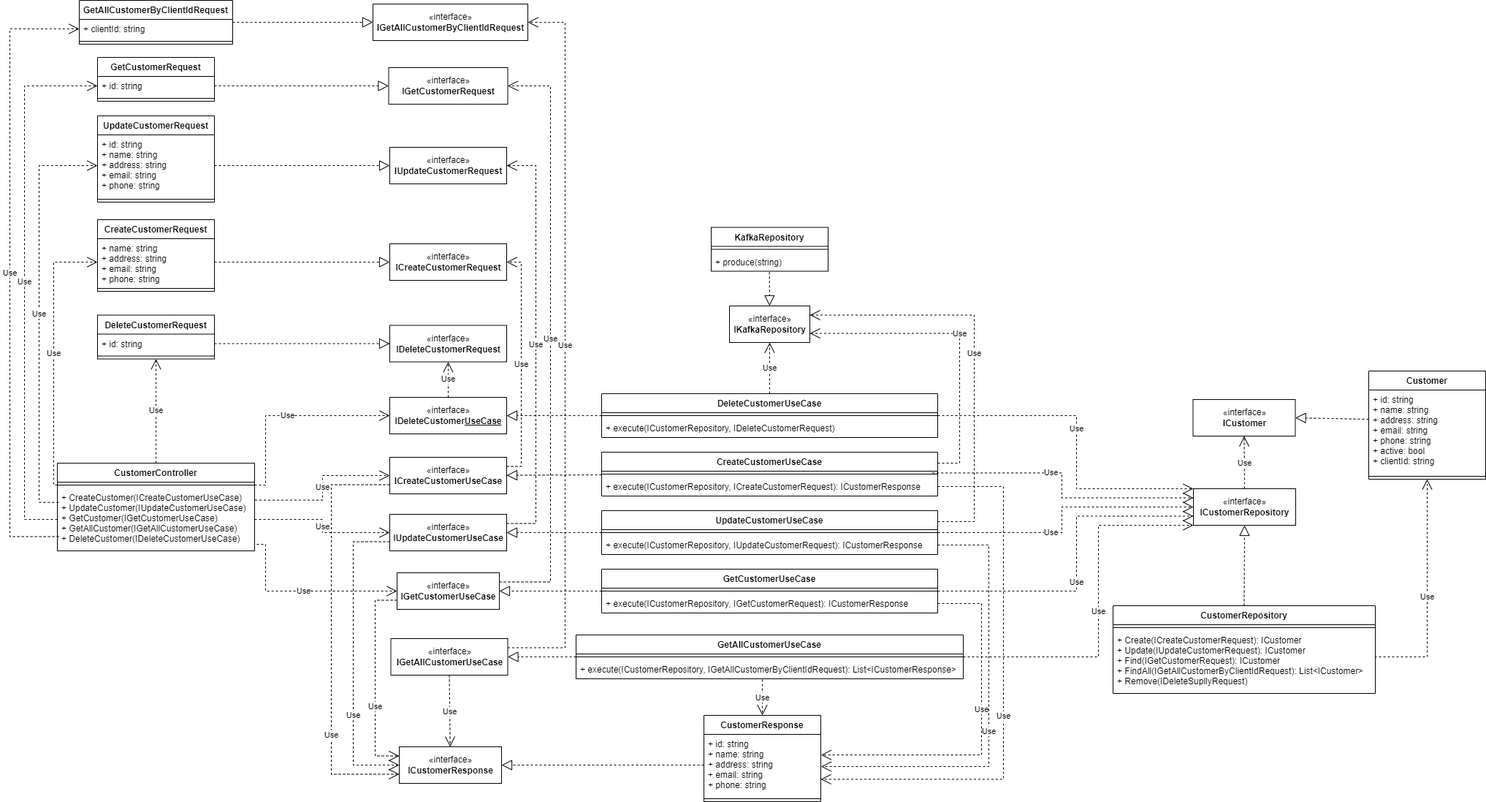
Before: project/diagrams/class-diagrams/customers-service/png/customers-service.png, a diagram exported from draw.io (bitols/logistics-services-management). Source tidied: cells renumbered, new cells last; positions are measured from the earlier drawing's top-left corner, leaving out a move shared by most shapes.
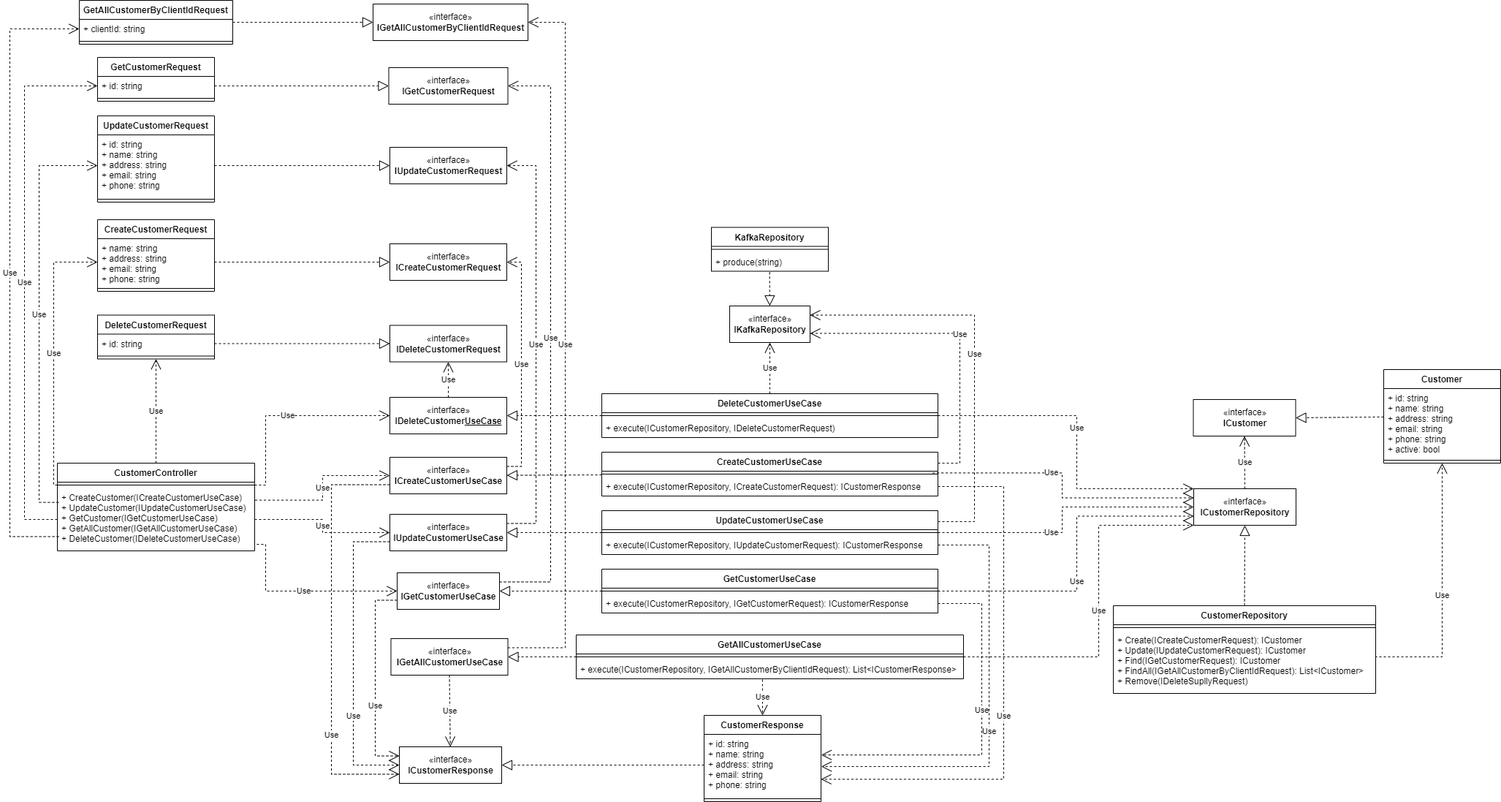
The same file after the commit.

Diff of the diagram source:
```diff
@@ -353,26 +353,15 @@
     <mxCell id="80" style="endArrow=block;dashed=1;endFill=0;endSize=12;html=1;rounded=0;entryX=0.5;entryY=1;entryDx=0;entryDy=0;exitX=0.5;exitY=0;exitDx=0;exitDy=0;" parent="1" edge="1" source="77" target="75">
       <mxGeometry relative="1" as="geometry" />
     </mxCell>
-    <mxCell id="81" value="Customer" style="swimlane;fontStyle=1;align=center;verticalAlign=top;horizontal=1;startSize=26;" parent="1" vertex="1">
-      <mxGeometry x="1860" y="507" width="160" height="148" as="geometry" />
-    </mxCell>
-    <mxCell id="82" value="+ id: string&#10;+ name: string&#10;+ address: string&#10;+ email: string&#10;+ phone: string&#10;+ active: bool&#10;+ clientId: string" style="text;strokeColor=none;fillColor=none;align=left;verticalAlign=top;spacingLeft=4;spacingRight=4;overflow=hidden;" parent="81" vertex="1">
-      <mxGeometry y="26" width="160" height="114" as="geometry" />
-    </mxCell>
-    <mxCell id="83" style="line;strokeWidth=1;fillColor=none;align=left;verticalAlign=middle;spacingTop=-1;spacingLeft=3;spacingRight=3;labelPosition=right;" parent="81" vertex="1">
-      <mxGeometry y="140" width="160" height="8" as="geometry" />
-    </mxCell>
-    <mxCell id="84" value="Use" style="endArrow=open;endSize=12;dashed=1;html=1;rounded=0;exitX=1;exitY=0.5;exitDx=0;exitDy=0;edgeStyle=elbowEdgeStyle;elbow=vertical;entryX=0.5;entryY=1;entryDx=0;entryDy=0;" parent="1" edge="1" source="79" target="81">
+    <mxCell id="84" value="Use" style="endArrow=open;endSize=12;dashed=1;html=1;rounded=0;exitX=1;exitY=0.5;exitDx=0;exitDy=0;edgeStyle=elbowEdgeStyle;elbow=vertical;" parent="1" edge="1" source="79" target="81">
       <mxGeometry relative="1" as="geometry">
         <Array as="points">
           <mxPoint x="1860" y="898" />
         </Array>
       </mxGeometry>
     </mxCell>
-    <mxCell id="85" style="endArrow=block;dashed=1;endFill=0;endSize=12;html=1;rounded=0;elbow=vertical;entryX=1;entryY=0.5;entryDx=0;entryDy=0;" parent="1" edge="1" target="76">
-      <mxGeometry relative="1" as="geometry">
-        <mxPoint x="1860" y="573" as="sourcePoint" />
-      </mxGeometry>
+    <mxCell id="85" style="endArrow=block;dashed=1;endFill=0;endSize=12;html=1;rounded=0;elbow=vertical;entryX=1;entryY=0.5;entryDx=0;entryDy=0;" parent="1" edge="1" source="81" target="76">
+      <mxGeometry relative="1" as="geometry" />
     </mxCell>
     <mxCell id="86" value="«interface»&lt;br&gt;&lt;b&gt;IKafkaRepository&lt;/b&gt;" style="html=1;" parent="1" vertex="1">
       <mxGeometry x="985" y="418" width="110" height="50" as="geometry" />
@@ -465,5 +454,14 @@
         </Array>
       </mxGeometry>
     </mxCell>
+    <mxCell id="81" value="Customer" style="swimlane;fontStyle=1;align=center;verticalAlign=top;horizontal=1;startSize=26;" parent="1" vertex="1">
+      <mxGeometry x="1880" y="505" width="160" height="128" as="geometry" />
+    </mxCell>
+    <mxCell id="109" value="+ id: string&#10;+ name: string&#10;+ address: string&#10;+ email: string&#10;+ phone: string&#10;+ active: bool" style="text;strokeColor=none;fillColor=none;align=left;verticalAlign=top;spacingLeft=4;spacingRight=4;overflow=hidden;" parent="81" vertex="1">
+      <mxGeometry y="26" width="160" height="94" as="geometry" />
+    </mxCell>
+    <mxCell id="110" style="line;strokeWidth=1;fillColor=none;align=left;verticalAlign=middle;spacingTop=-1;spacingLeft=3;spacingRight=3;labelPosition=right;" parent="81" vertex="1">
+      <mxGeometry y="120" width="160" height="8" as="geometry" />
+    </mxCell>
   </root>
 </mxGraphModel>
```
